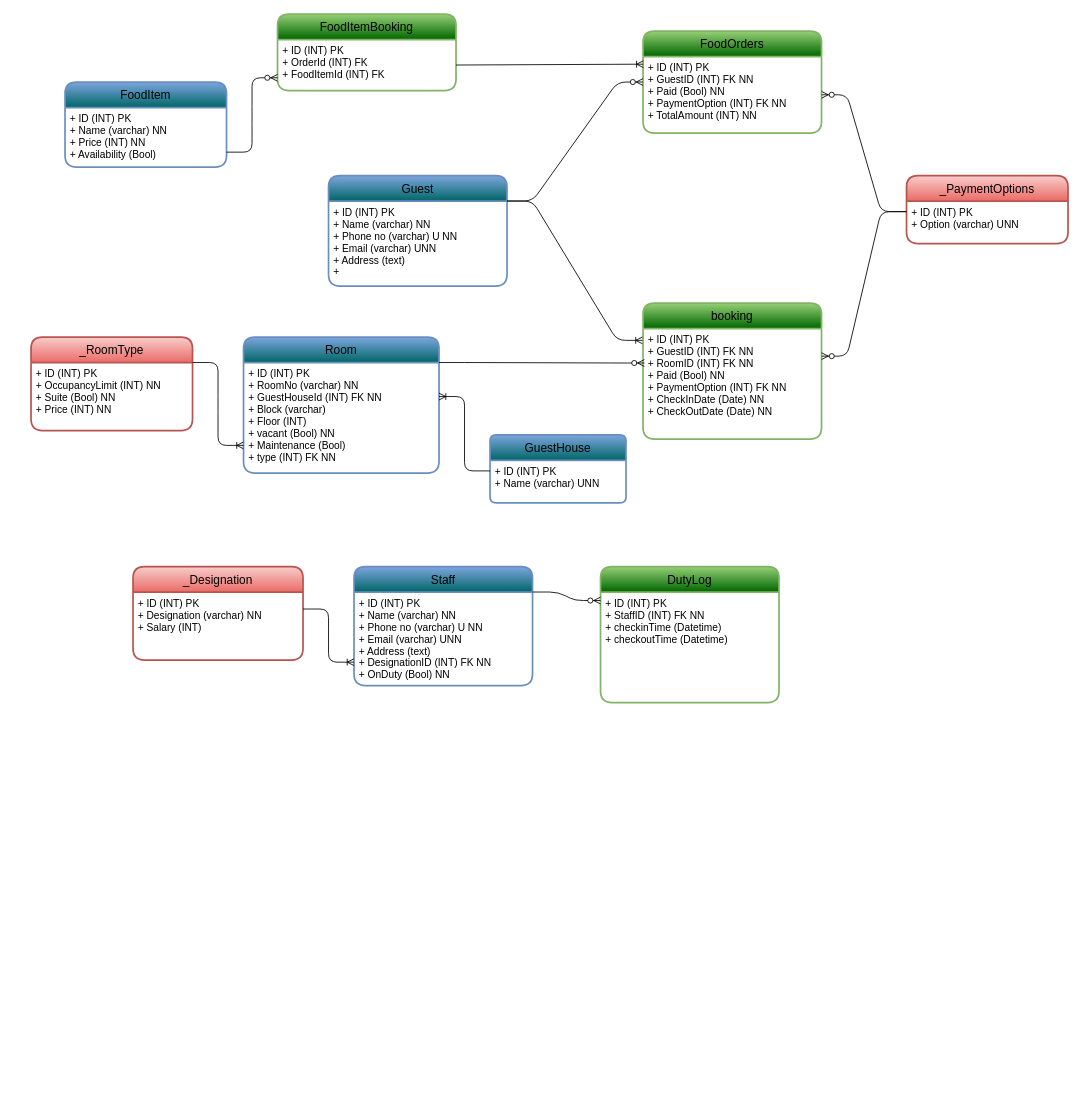
This is page "GuestHouse Amenities" (1 of 2) of flowchat.drawio from RupakBiswas-2304/dbmsminiproject, a draw.io file, before an edit. Source tidied: cells renumbered, new cells numbered last; positions are measured from the earlier drawing's top-left corner, leaving out a move shared by most shapes. Both pictures are drawn from the tidied source at 85%, with x=0, y=0 at pixel (31, 14).
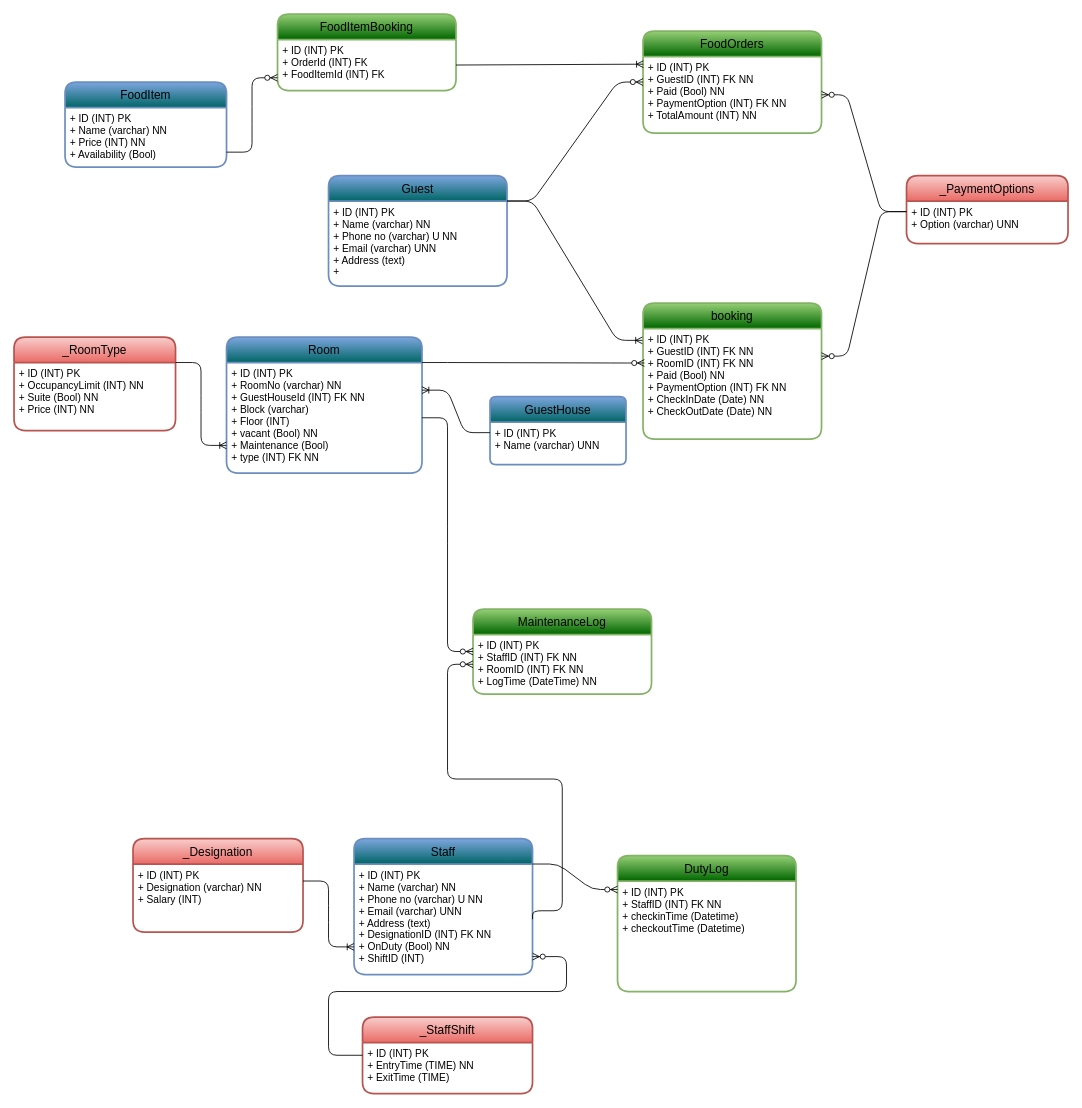
After the change.

Unchanged cells that the change refers to:
```xml
<mxCell id="5" value="+ ID (INT) PK&#10;+ Name (varchar) UNN" style="align=left;strokeColor=none;fillColor=none;spacingLeft=4;fontSize=12;verticalAlign=top;fontFamily=JetBrains Mono;" parent="4" vertex="1">
  <mxGeometry y="30" width="160" height="50" as="geometry" />
</mxCell>
<mxCell id="7" value="+ ID (INT) PK&#10;+ RoomNo (varchar) NN&#10;+ GuestHouseId (INT) FK NN &#10;+ Block (varchar) &#10;+ Floor (INT)&#10;+ vacant (Bool) NN&#10;+ Maintenance (Bool) &#10;+ type (INT) FK NN" style="align=left;strokeColor=none;fillColor=none;spacingLeft=4;fontSize=12;verticalAlign=top;fontFamily=JetBrains Mono;" parent="6" vertex="1">
  <mxGeometry y="30" width="230" height="130" as="geometry" />
</mxCell>
```

The edit, as a diff of the source:
```diff
@@
     <mxCell id="4" value="GuestHouse" style="swimlane;horizontal=1;startSize=30;rounded=1;fontSize=14;fontStyle=0;strokeWidth=2;shadow=0;dashed=0;align=center;fontFamily=JetBrains Mono;arcSize=8;fillColor=#006666;strokeColor=#6c8ebf;gradientColor=#7ea6e0;gradientDirection=north;" parent="1" vertex="1">
-      <mxGeometry x="540" y="495" width="160" height="80" as="geometry" />
+      <mxGeometry x="540" y="450" width="160" height="80" as="geometry" />
     </mxCell>
@@
     <mxCell id="6" value="Room" style="swimlane;horizontal=1;startSize=30;rounded=1;fontSize=14;fontStyle=0;strokeWidth=2;shadow=0;dashed=0;align=center;fontFamily=JetBrains Mono;fillColor=#006666;strokeColor=#6c8ebf;gradientColor=#7ea6e0;gradientDirection=north;" parent="1" vertex="1">
-      <mxGeometry x="250" y="380" width="230" height="160" as="geometry" />
+      <mxGeometry x="230" y="380" width="230" height="160" as="geometry" />
     </mxCell>
@@
     <mxCell id="10" value="_RoomType" style="swimlane;horizontal=1;startSize=30;rounded=1;fontSize=14;fontStyle=0;strokeWidth=2;shadow=0;dashed=0;align=center;fontFamily=JetBrains Mono;fillColor=#f8cecc;strokeColor=#b85450;gradientColor=#ea6b66;" parent="1" vertex="1">
-      <mxGeometry y="380" width="190" height="110" as="geometry" />
+      <mxGeometry x="-20" y="380" width="190" height="110" as="geometry" />
     </mxCell>
@@
-    <mxCell id="12" style="edgeStyle=entityRelationEdgeStyle;fontSize=12;html=1;endArrow=ERoneToMany;fontFamily=JetBrains Mono;fontColor=#F0F0F0;entryX=1;entryY=0.308;entryDx=0;entryDy=0;entryPerimeter=0;exitX=0;exitY=0.25;exitDx=0;exitDy=0;" parent="1" edge="1" source="5" target="7">
+    <mxCell id="12" style="edgeStyle=entityRelationEdgeStyle;fontSize=12;html=1;endArrow=ERoneToMany;fontFamily=JetBrains Mono;fontColor=#F0F0F0;entryX=1;entryY=0.25;entryDx=0;entryDy=0;exitX=0;exitY=0.25;exitDx=0;exitDy=0;" parent="1" edge="1" source="5" target="7">
       <mxGeometry relative="1" as="geometry" />
     </mxCell>
@@
     <mxCell id="25" value="Staff" style="swimlane;horizontal=1;startSize=30;rounded=1;fontSize=14;fontStyle=0;strokeWidth=2;shadow=0;dashed=0;align=center;fontFamily=JetBrains Mono;fillColor=#006666;strokeColor=#6c8ebf;gradientColor=#7ea6e0;gradientDirection=north;" parent="1" vertex="1">
-      <mxGeometry x="380" y="650" width="210" height="140" as="geometry" />
+      <mxGeometry x="380" y="970" width="210" height="160" as="geometry" />
     </mxCell>
-    <mxCell id="26" value="+ ID (INT) PK&#10;+ Name (varchar) NN&#10;+ Phone no (varchar) U NN&#10;+ Email (varchar) UNN&#10;+ Address (text) &#10;+ DesignationID (INT) FK NN&#10;+ OnDuty (Bool) NN" style="align=left;strokeColor=none;fillColor=none;spacingLeft=4;fontSize=12;verticalAlign=top;fontFamily=JetBrains Mono;" parent="25" vertex="1">
-      <mxGeometry y="30" width="210" height="110" as="geometry" />
+    <mxCell id="26" value="+ ID (INT) PK&#10;+ Name (varchar) NN&#10;+ Phone no (varchar) U NN&#10;+ Email (varchar) UNN&#10;+ Address (text) &#10;+ DesignationID (INT) FK NN&#10;+ OnDuty (Bool) NN&#10;+ ShiftID (INT)" style="align=left;strokeColor=none;fillColor=none;spacingLeft=4;fontSize=12;verticalAlign=top;fontFamily=JetBrains Mono;" parent="25" vertex="1">
+      <mxGeometry y="30" width="210" height="130" as="geometry" />
     </mxCell>
     <mxCell id="27" value="DutyLog" style="swimlane;horizontal=1;startSize=30;rounded=1;fontSize=14;fontStyle=0;strokeWidth=2;shadow=0;dashed=0;align=center;fontFamily=JetBrains Mono;fillColor=#006600;strokeColor=#82b366;gradientColor=#97d077;gradientDirection=north;" parent="1" vertex="1">
-      <mxGeometry x="670" y="650" width="210" height="160" as="geometry" />
+      <mxGeometry x="690" y="990" width="210" height="160" as="geometry" />
     </mxCell>
@@
     <mxCell id="29" value="_Designation" style="swimlane;horizontal=1;startSize=30;rounded=1;fontSize=14;fontStyle=0;strokeWidth=2;shadow=0;dashed=0;align=center;fontFamily=JetBrains Mono;fillColor=#f8cecc;strokeColor=#b85450;gradientColor=#ea6b66;" parent="1" vertex="1">
-      <mxGeometry x="120" y="650" width="200" height="110" as="geometry" />
+      <mxGeometry x="120" y="970" width="200" height="110" as="geometry" />
     </mxCell>
@@
+    <mxCell id="37" value="MaintenanceLog" style="swimlane;horizontal=1;startSize=30;rounded=1;fontSize=14;fontStyle=0;strokeWidth=2;shadow=0;dashed=0;align=center;fontFamily=JetBrains Mono;fillColor=#006600;strokeColor=#82b366;gradientColor=#97d077;gradientDirection=north;" parent="1" vertex="1">
+      <mxGeometry x="520" y="700" width="210" height="100" as="geometry" />
+    </mxCell>
+    <mxCell id="38" value="+ ID (INT) PK&#10;+ StaffID (INT) FK NN&#10;+ RoomID (INT) FK NN&#10;+ LogTime (DateTime) NN" style="align=left;strokeColor=none;fillColor=none;spacingLeft=4;fontSize=12;verticalAlign=top;fontFamily=JetBrains Mono;" parent="37" vertex="1">
+      <mxGeometry y="30" width="210" height="70" as="geometry" />
+    </mxCell>
+    <mxCell id="39" style="edgeStyle=entityRelationEdgeStyle;fontSize=12;html=1;endArrow=ERzeroToMany;endFill=1;entryX=0;entryY=0.5;entryDx=0;entryDy=0;exitX=1;exitY=0.5;exitDx=0;exitDy=0;" parent="1" edge="1" source="7" target="37">
+      <mxGeometry relative="1" as="geometry" />
+    </mxCell>
+    <mxCell id="40" style="fontSize=12;html=1;endArrow=ERzeroToMany;endFill=1;entryX=0;entryY=0.5;entryDx=0;entryDy=0;exitX=1;exitY=0.5;exitDx=0;exitDy=0;rounded=1;jumpStyle=none;edgeStyle=orthogonalEdgeStyle;" parent="1" edge="1" source="26" target="38">
+      <mxGeometry relative="1" as="geometry">
+        <Array as="points">
+          <mxPoint x="625" y="1055" />
+          <mxPoint x="625" y="900" />
+          <mxPoint x="490" y="900" />
+          <mxPoint x="490" y="765" />
+        </Array>
+      </mxGeometry>
+    </mxCell>
+    <mxCell id="41" value="_StaffShift" style="swimlane;horizontal=1;startSize=30;rounded=1;fontSize=14;fontStyle=0;strokeWidth=2;shadow=0;dashed=0;align=center;fontFamily=JetBrains Mono;fillColor=#f8cecc;strokeColor=#b85450;gradientColor=#ea6b66;" parent="1" vertex="1">
+      <mxGeometry x="390" y="1180" width="200" height="90" as="geometry" />
+    </mxCell>
+    <mxCell id="42" value="+ ID (INT) PK&#10;+ EntryTime (TIME) NN&#10;+ ExitTime (TIME) " style="align=left;strokeColor=none;fillColor=none;spacingLeft=4;fontSize=12;verticalAlign=top;fontFamily=JetBrains Mono;" parent="41" vertex="1">
+      <mxGeometry y="30" width="200" height="60" as="geometry" />
+    </mxCell>
+    <mxCell id="43" style="edgeStyle=orthogonalEdgeStyle;fontSize=12;html=1;endArrow=ERzeroToMany;endFill=1;exitX=0;exitY=0.25;exitDx=0;exitDy=0;entryX=1;entryY=0.838;entryDx=0;entryDy=0;entryPerimeter=0;" parent="1" edge="1" source="42" target="26">
+      <mxGeometry relative="1" as="geometry">
+        <Array as="points">
+          <mxPoint x="350" y="1225" />
+          <mxPoint x="350" y="1150" />
+          <mxPoint x="630" y="1150" />
+          <mxPoint x="630" y="1109" />
+        </Array>
+      </mxGeometry>
+    </mxCell>
```
